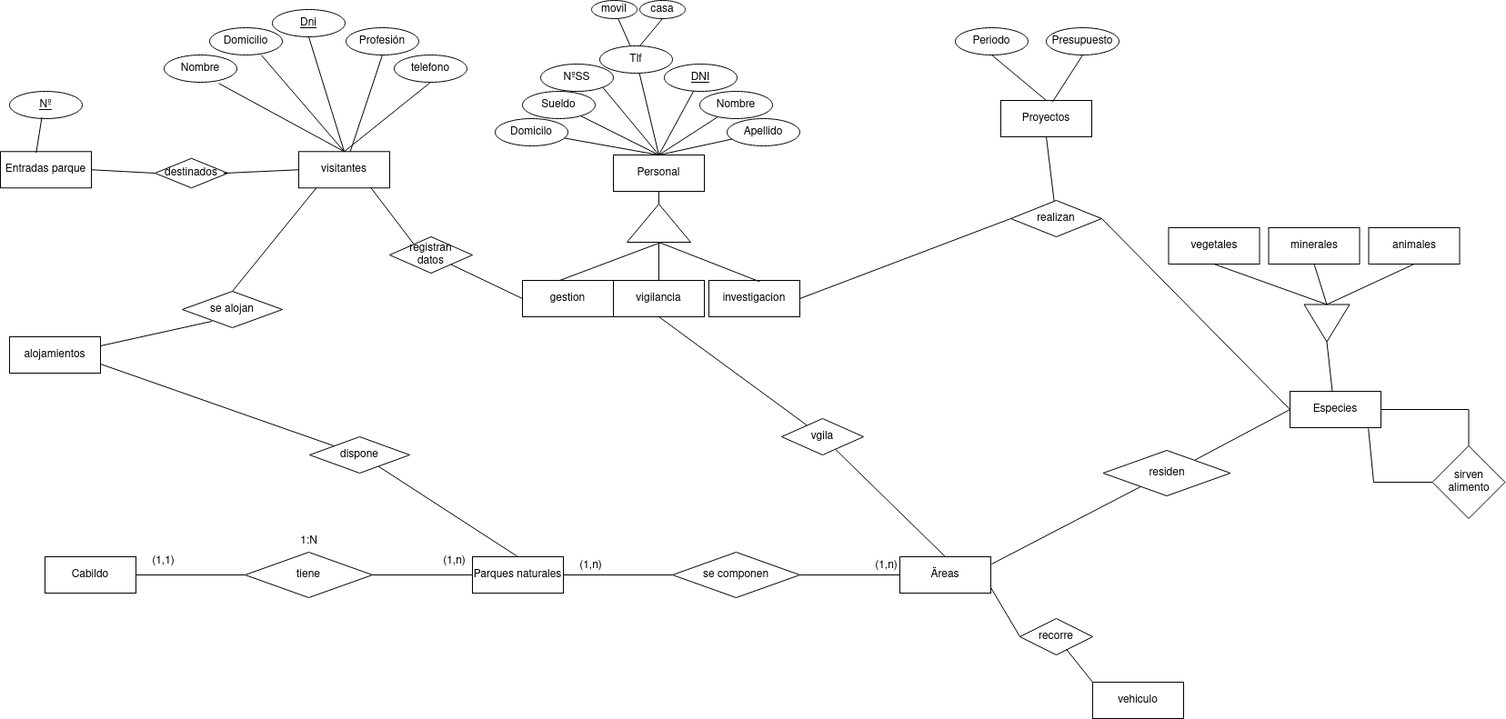
This is Ejercicios/tarea2/tarea_E/diagramaFinal.png from adogonz23/BAE, a draw.io export, as it was before one commit. Source tidied: cells renumbered, new cells last; positions are measured from the earlier drawing's top-left corner, leaving out a move shared by most shapes.
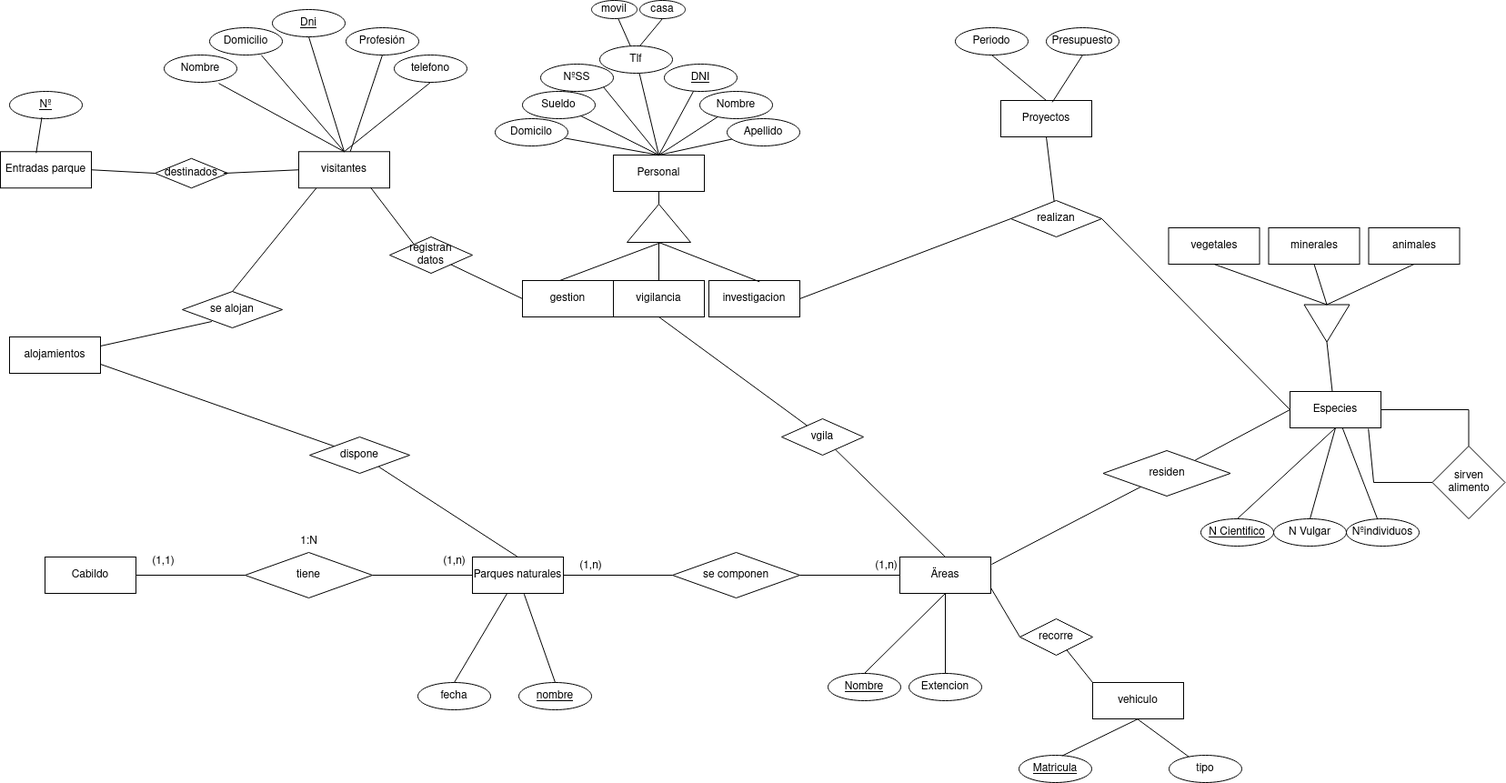
Later version of the same file.

What changed in the source:
```diff
@@ -320,5 +320,61 @@
     <mxCell id="101" style="endArrow=none;html=1;rounded=0;entryX=0.5;entryY=1;entryDx=0;entryDy=0;exitX=0.5;exitY=0;exitDx=0;exitDy=0;" parent="1" edge="1" source="26" target="98">
       <mxGeometry relative="1" as="geometry" />
     </mxCell>
+    <mxCell id="102" value="&lt;u&gt;Matricula&lt;/u&gt;" style="ellipse;whiteSpace=wrap;html=1;" parent="1" vertex="1">
+      <mxGeometry x="1120" y="830" width="80" height="30" as="geometry" />
+    </mxCell>
+    <mxCell id="103" value="tipo" style="ellipse;whiteSpace=wrap;html=1;" parent="1" vertex="1">
+      <mxGeometry x="1285" y="830" width="80" height="30" as="geometry" />
+    </mxCell>
+    <mxCell id="104" value="N Vulgar" style="ellipse;whiteSpace=wrap;html=1;" parent="1" vertex="1">
+      <mxGeometry x="1400" y="570" width="80" height="30" as="geometry" />
+    </mxCell>
+    <mxCell id="105" value="Nºindividuos" style="ellipse;whiteSpace=wrap;html=1;" parent="1" vertex="1">
+      <mxGeometry x="1480" y="570" width="80" height="30" as="geometry" />
+    </mxCell>
+    <mxCell id="106" value="&lt;u&gt;N Cientifico&lt;/u&gt;" style="ellipse;whiteSpace=wrap;html=1;" parent="1" vertex="1">
+      <mxGeometry x="1320" y="570" width="80" height="30" as="geometry" />
+    </mxCell>
+    <mxCell id="107" style="endArrow=none;html=1;rounded=0;exitX=0.592;exitY=0.022;exitDx=0;exitDy=0;exitPerimeter=0;entryX=0.5;entryY=1;entryDx=0;entryDy=0;" parent="1" edge="1" source="102" target="29">
+      <mxGeometry relative="1" as="geometry" />
+    </mxCell>
+    <mxCell id="108" style="endArrow=none;html=1;rounded=0;" parent="1" edge="1" source="103">
+      <mxGeometry relative="1" as="geometry">
+        <mxPoint x="1250" y="790" as="targetPoint" />
+      </mxGeometry>
+    </mxCell>
+    <mxCell id="109" style="endArrow=none;html=1;rounded=0;entryX=0.5;entryY=1;entryDx=0;entryDy=0;exitX=0.5;exitY=0;exitDx=0;exitDy=0;" parent="1" edge="1" source="106" target="31">
+      <mxGeometry relative="1" as="geometry" />
+    </mxCell>
+    <mxCell id="110" style="endArrow=none;html=1;rounded=0;entryX=0.5;entryY=1;entryDx=0;entryDy=0;exitX=0.5;exitY=0;exitDx=0;exitDy=0;" parent="1" edge="1" source="104" target="31">
+      <mxGeometry relative="1" as="geometry" />
+    </mxCell>
+    <mxCell id="111" style="endArrow=none;html=1;rounded=0;entryX=0.427;entryY=0.006;entryDx=0;entryDy=0;entryPerimeter=0;" parent="1" edge="1" source="31" target="105">
+      <mxGeometry relative="1" as="geometry" />
+    </mxCell>
+    <mxCell id="112" value="&lt;u&gt;Nombre&lt;/u&gt;" style="ellipse;whiteSpace=wrap;html=1;" parent="1" vertex="1">
+      <mxGeometry x="910" y="740" width="80" height="30" as="geometry" />
+    </mxCell>
+    <mxCell id="113" value="Extencion" style="ellipse;whiteSpace=wrap;html=1;" parent="1" vertex="1">
+      <mxGeometry x="999" y="740" width="80" height="30" as="geometry" />
+    </mxCell>
+    <mxCell id="114" style="endArrow=none;html=1;rounded=0;entryX=0.5;entryY=1;entryDx=0;entryDy=0;exitX=0.5;exitY=0;exitDx=0;exitDy=0;" parent="1" edge="1" source="112" target="10">
+      <mxGeometry relative="1" as="geometry" />
+    </mxCell>
+    <mxCell id="115" style="endArrow=none;html=1;rounded=0;entryX=0.5;entryY=1;entryDx=0;entryDy=0;exitX=0.5;exitY=0;exitDx=0;exitDy=0;" parent="1" edge="1" source="113" target="10">
+      <mxGeometry relative="1" as="geometry" />
+    </mxCell>
+    <mxCell id="116" value="fecha" style="ellipse;whiteSpace=wrap;html=1;" parent="1" vertex="1">
+      <mxGeometry x="459" y="750" width="80" height="30" as="geometry" />
+    </mxCell>
+    <mxCell id="117" value="&lt;u&gt;nombre&lt;/u&gt;" style="ellipse;whiteSpace=wrap;html=1;" parent="1" vertex="1">
+      <mxGeometry x="570" y="750" width="80" height="30" as="geometry" />
+    </mxCell>
+    <mxCell id="118" style="endArrow=none;html=1;rounded=0;exitX=0.5;exitY=0;exitDx=0;exitDy=0;entryX=0.568;entryY=1.017;entryDx=0;entryDy=0;entryPerimeter=0;" parent="1" edge="1" source="117" target="3">
+      <mxGeometry relative="1" as="geometry" />
+    </mxCell>
+    <mxCell id="119" style="endArrow=none;html=1;rounded=0;entryX=0.5;entryY=0;entryDx=0;entryDy=0;" parent="1" edge="1" source="3" target="116">
+      <mxGeometry relative="1" as="geometry" />
+    </mxCell>
   </root>
 </mxGraphModel>
```
